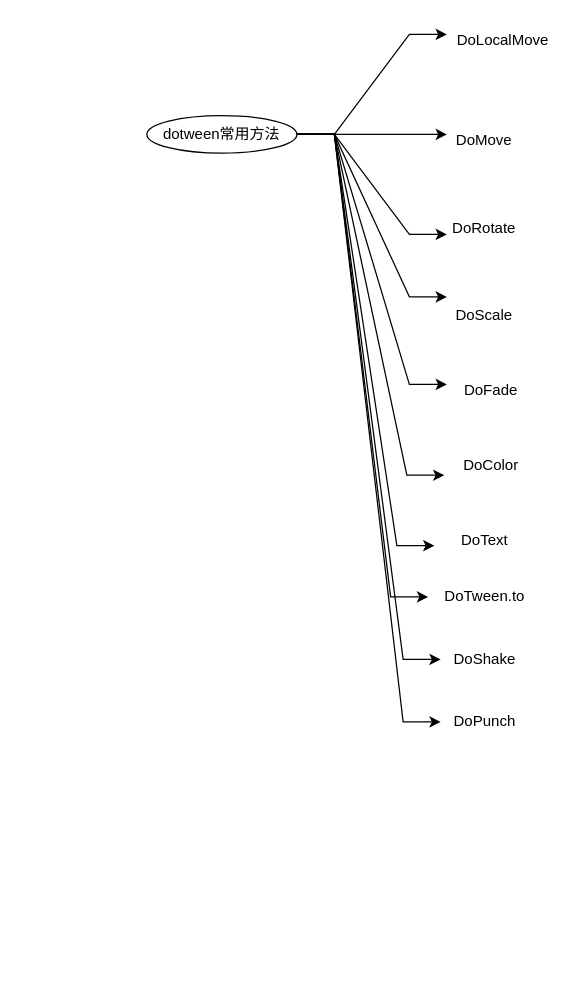
Above: doteenLearning.drawio in shuaijiuwanshil/unityLearnTutorial (draw.io), before the change. Source tidied: cells renumbered, new cells numbered last; positions are measured from the earlier drawing's top-left corner, leaving out a move shared by most shapes. Both pictures are drawn from the tidied source at 125%, with x=0, y=0 at pixel (146, 21).
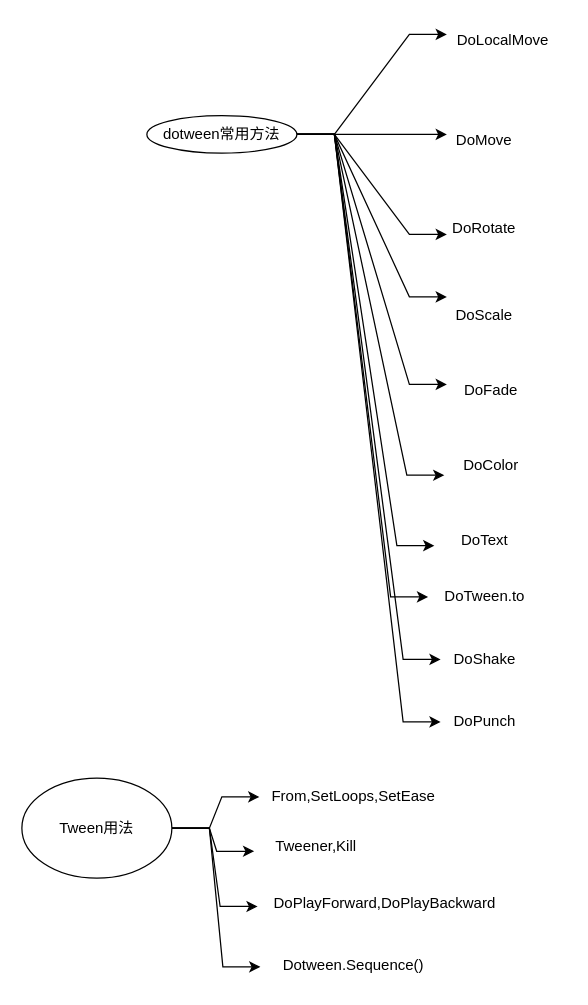
The same diagram, later.

Diff of the diagram source:
```diff
@@
+    <mxCell id="23" style="edgeStyle=entityRelationEdgeStyle;rounded=0;jettySize=auto;html=1;" parent="1" edge="1" source="27" target="28">
+      <mxGeometry relative="1" as="geometry" />
+    </mxCell>
+    <mxCell id="24" style="edgeStyle=entityRelationEdgeStyle;rounded=0;jettySize=auto;html=1;entryX=-0.046;entryY=0.617;entryDx=0;entryDy=0;entryPerimeter=0;" parent="1" edge="1" source="27" target="29">
+      <mxGeometry relative="1" as="geometry" />
+    </mxCell>
+    <mxCell id="25" style="edgeStyle=entityRelationEdgeStyle;rounded=0;jettySize=auto;html=1;entryX=-0.007;entryY=0.589;entryDx=0;entryDy=0;entryPerimeter=0;" parent="1" edge="1" source="27" target="30">
+      <mxGeometry relative="1" as="geometry" />
+    </mxCell>
+    <mxCell id="26" style="edgeStyle=entityRelationEdgeStyle;rounded=0;jettySize=auto;html=1;entryX=-0.03;entryY=0.533;entryDx=0;entryDy=0;entryPerimeter=0;" parent="1" edge="1" source="27" target="31">
+      <mxGeometry relative="1" as="geometry" />
+    </mxCell>
+    <mxCell id="27" value="Tween用法" style="ellipse;whiteSpace=wrap;html=1;" parent="1" vertex="1">
+      <mxGeometry x="-100" y="605" width="120" height="80" as="geometry" />
+    </mxCell>
+    <mxCell id="28" value="From,SetLoops,SetEase" style="text;html=1;align=center;verticalAlign=middle;points=[];strokeColor=none;fillColor=none;" parent="1" vertex="1">
+      <mxGeometry x="90" y="605" width="150" height="30" as="geometry" />
+    </mxCell>
+    <mxCell id="29" value="Tweener,Kill" style="text;html=1;align=center;verticalAlign=middle;points=[];strokeColor=none;fillColor=none;" parent="1" vertex="1">
+      <mxGeometry x="90" y="645" width="90" height="30" as="geometry" />
+    </mxCell>
+    <mxCell id="30" value="DoPlayForward,DoPlayBackward" style="text;html=1;align=center;verticalAlign=middle;points=[];strokeColor=none;fillColor=none;" parent="1" vertex="1">
+      <mxGeometry x="90" y="690" width="200" height="30" as="geometry" />
+    </mxCell>
+    <mxCell id="31" value="Dotween.Sequence()" style="text;html=1;align=center;verticalAlign=middle;points=[];strokeColor=none;fillColor=none;" parent="1" vertex="1">
+      <mxGeometry x="95" y="740" width="140" height="30" as="geometry" />
+    </mxCell>
```
